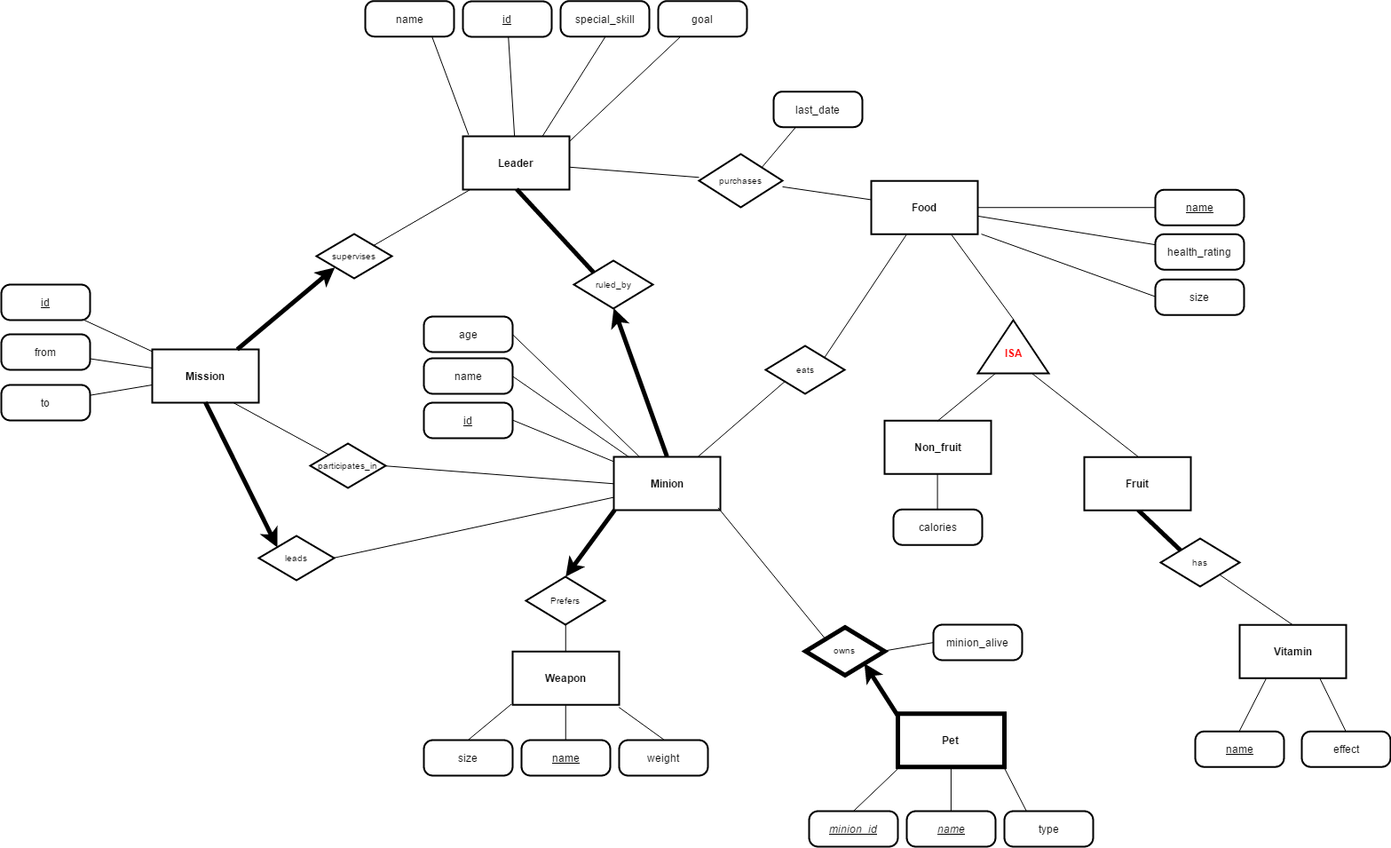
Earlier version of the draw.io export Assignment1_ER_Diagram.png (maxhollmann/db-assignment1). Source tidied: cells renumbered, new cells last; positions are measured from the earlier drawing's top-left corner, leaving out a move shared by most shapes.
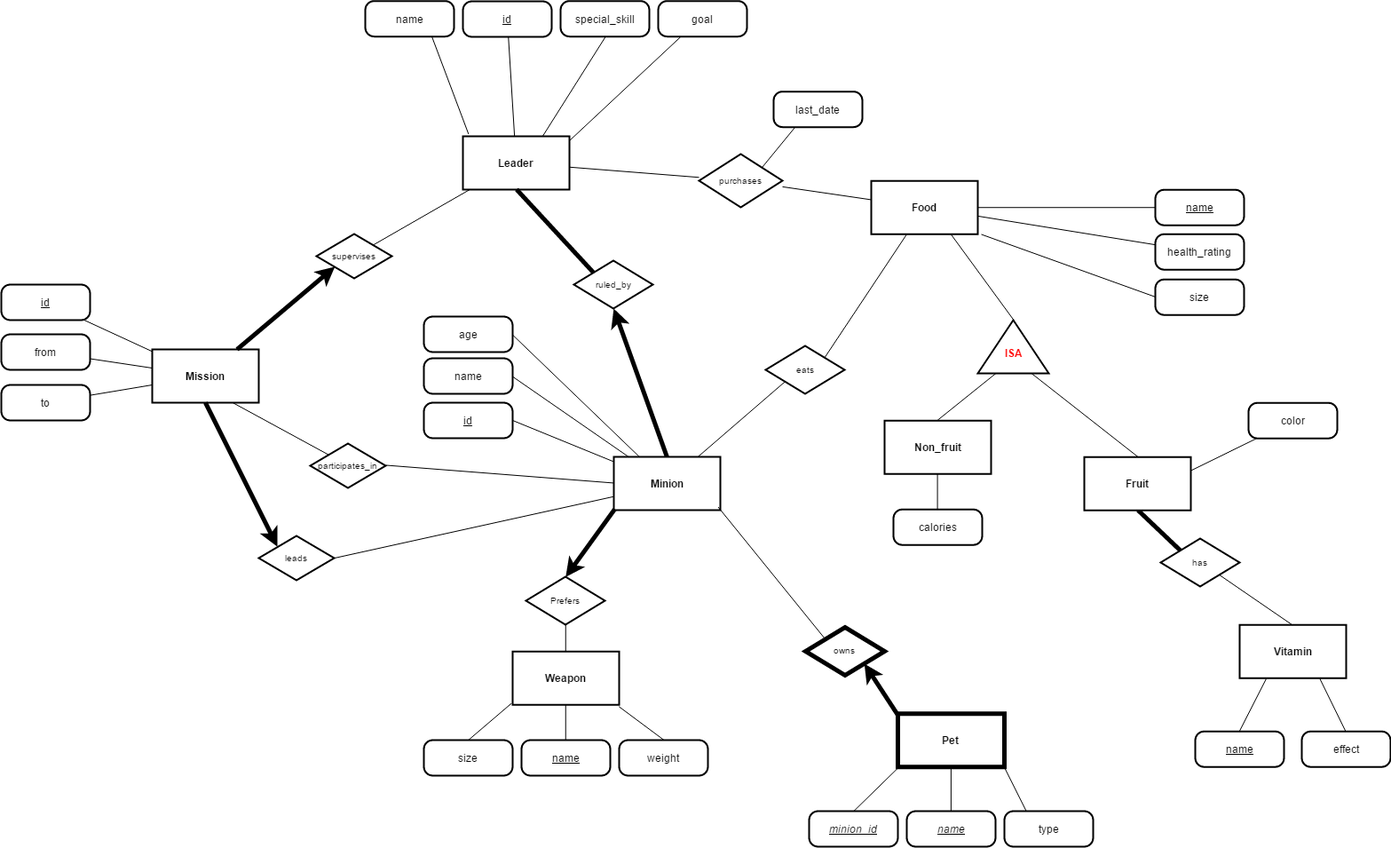
The same file after the commit.

The edit, as a diff of the source:
```diff
@@ -26,6 +26,9 @@
     <mxCell id="9" style="edgeStyle=none;rounded=0;html=1;exitX=0.5;exitY=0;entryX=0.25;entryY=0.25;entryPerimeter=0;endArrow=none;endFill=0;jettySize=auto;strokeWidth=5;" parent="1" edge="1" source="10" target="27">
       <mxGeometry relative="1" as="geometry" />
     </mxCell>
+    <mxCell id="90" style="edgeStyle=none;rounded=0;html=1;exitX=0;exitY=0.75;startArrow=none;startFill=0;endArrow=none;endFill=0;jettySize=auto;strokeWidth=1;" parent="1" edge="1" source="10" target="91">
+      <mxGeometry relative="1" as="geometry" />
+    </mxCell>
     <mxCell id="10" value="Fruit" style="strokeWidth=2;shape=mxgraph.er.entity;fontColor=#000000;buttonStyle=rect;fillColor=#ffffff;buttonText=;fontStyle=1;html=1;direction=west;" parent="1" vertex="1">
       <mxGeometry x="1220" y="513.2" width="120" height="60" as="geometry" />
     </mxCell>
@@ -86,9 +89,6 @@
     <mxCell id="29" style="edgeStyle=none;rounded=0;html=1;exitX=0.75;exitY=0.75;exitPerimeter=0;entryX=1.001;entryY=0.967;entryPerimeter=0;endArrow=none;endFill=0;jettySize=auto;strokeWidth=5;startArrow=classic;startFill=1;" parent="1" edge="1" source="31" target="6">
       <mxGeometry relative="1" as="geometry" />
     </mxCell>
-    <mxCell id="30" style="edgeStyle=none;rounded=0;html=1;exitX=1;exitY=0.5;entryX=0;entryY=0.5;startArrow=none;startFill=0;endArrow=none;endFill=0;jettySize=auto;strokeWidth=1;" parent="1" edge="1" source="31" target="71">
-      <mxGeometry relative="1" as="geometry" />
-    </mxCell>
     <mxCell id="31" value="owns" style="strokeWidth=5;shape=mxgraph.er.has;buttonText=;fontSize=10;buttonStyle=rhombus;fontColor=#000000;fontStyle=0;html=1;" parent="1" vertex="1">
       <mxGeometry x="906" y="705" width="89" height="54" as="geometry" />
     </mxCell>
@@ -209,9 +209,6 @@
     <mxCell id="70" value="type" style="strokeWidth=2;shape=mxgraph.er.entity;fontColor=#000000;buttonStyle=round;fillColor=#ffffff;buttonText=;html=1;" parent="1" vertex="1">
       <mxGeometry x="1130" y="912" width="100" height="40" as="geometry" />
     </mxCell>
-    <mxCell id="71" value="minion_alive" style="strokeWidth=2;shape=mxgraph.er.entity;fontColor=#000000;buttonStyle=round;fillColor=#ffffff;buttonText=;html=1;" parent="1" vertex="1">
-      <mxGeometry x="1050" y="702" width="100" height="40" as="geometry" />
-    </mxCell>
     <mxCell id="72" value="id" style="strokeWidth=2;shape=mxgraph.er.entity;fontColor=#000000;buttonStyle=round;fillColor=#ffffff;buttonText=;fontStyle=4;html=1;" parent="1" vertex="1">
       <mxGeometry x="476" y="452" width="100" height="40" as="geometry" />
     </mxCell>
@@ -257,6 +254,9 @@
     <mxCell id="86" value="calories" style="strokeWidth=2;shape=mxgraph.er.entity;fontColor=#000000;buttonStyle=round;fillColor=#ffffff;buttonText=;html=1;" parent="1" vertex="1">
       <mxGeometry x="1005" y="572.2" width="100" height="40" as="geometry" />
     </mxCell>
+    <mxCell id="91" value="color" style="strokeWidth=2;shape=mxgraph.er.entity;fontColor=#000000;buttonStyle=round;fillColor=#ffffff;buttonText=;html=1;" parent="1" vertex="1">
+      <mxGeometry x="1405" y="452.2" width="100" height="40" as="geometry" />
+    </mxCell>
     <mxCell id="87" style="edgeStyle=none;rounded=0;html=1;exitX=0;exitY=0.25;entryX=0.5;entryY=1;endArrow=none;endFill=0;jettySize=auto;" parent="1" edge="1" source="89" target="5">
       <mxGeometry relative="1" as="geometry" />
     </mxCell>
```
